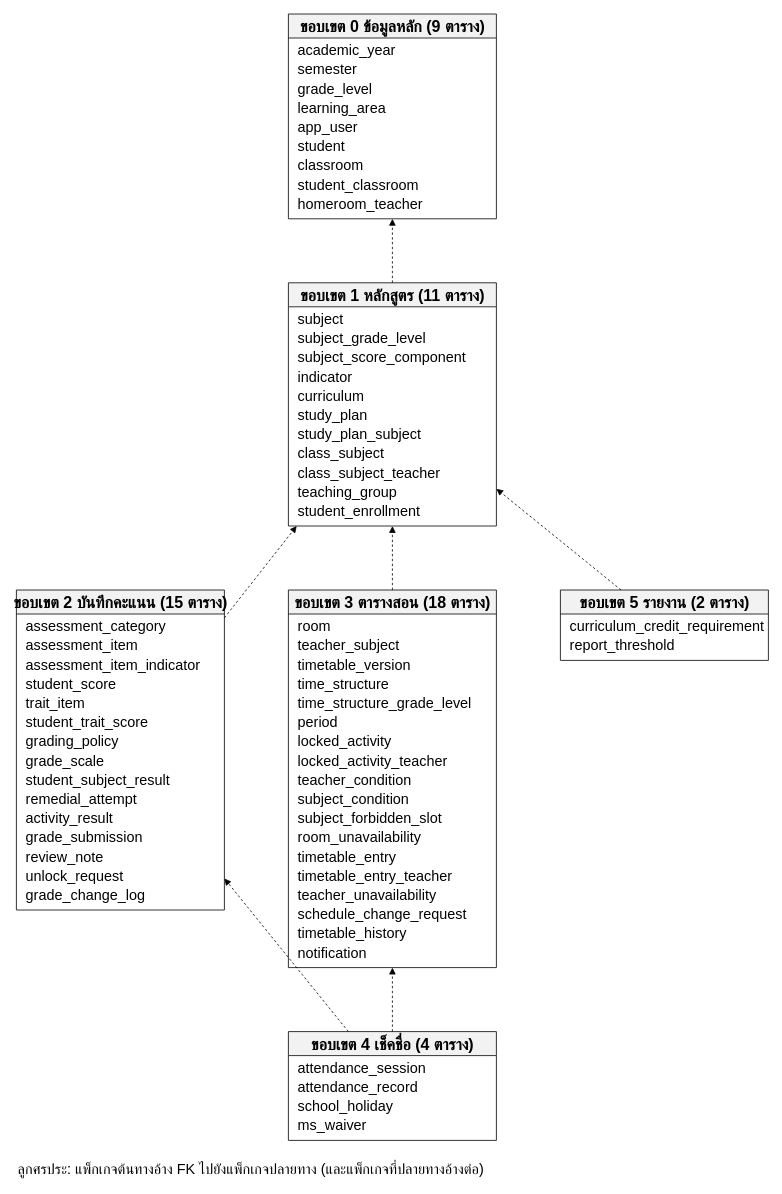
This is docs/database/er/er-overview.drawio from polymercatzz/Academic, a draw.io file, before an edit. Source tidied: cells renumbered, new cells numbered last; positions are measured from the earlier drawing's top-left corner, leaving out a move shared by most shapes. Both pictures are drawn from the tidied source at 80%, with x=0, y=0 at pixel (16, 14).
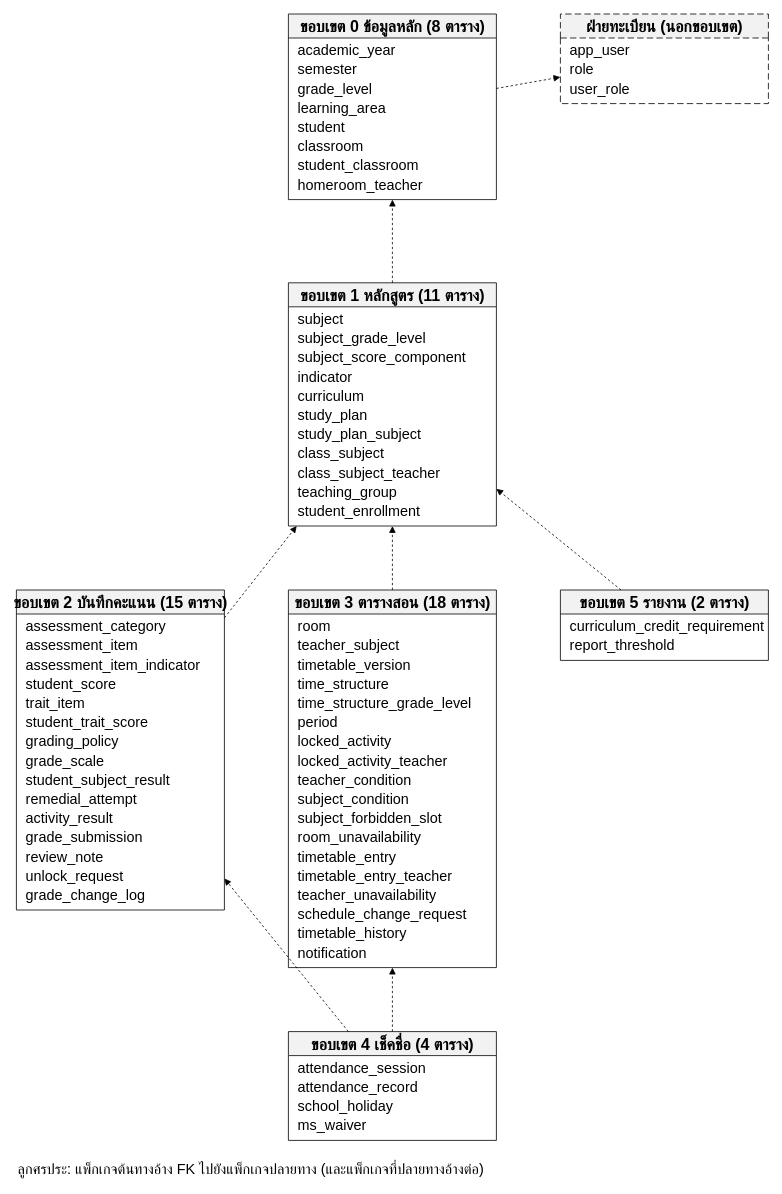
Above is the later version.

What changed in the source:
```diff
@@
-    <mxCell id="2" value="ขอบเขต 0 ข้อมูลหลัก (9 ตาราง)" style="swimlane;startSize=30;html=1;fontFamily=TH SarabunPSK;fontSize=20;fontStyle=1;fillColor=#F2F2F2;strokeColor=#000000;swimlaneFillColor=#FFFFFF;" parent="1" vertex="1">
-      <mxGeometry x="340" width="260" height="256" as="geometry" />
+    <mxCell id="2" value="ขอบเขต 0 ข้อมูลหลัก (8 ตาราง)" style="swimlane;startSize=30;html=1;fontFamily=TH SarabunPSK;fontSize=20;fontStyle=1;fillColor=#F2F2F2;strokeColor=#000000;swimlaneFillColor=#FFFFFF;" parent="1" vertex="1">
+      <mxGeometry x="340" width="260" height="232" as="geometry" />
     </mxCell>
@@
-    <mxCell id="7" value="app_user" style="text;html=1;fontFamily=TH SarabunPSK;fontSize=18;align=left;spacingLeft=10;verticalAlign=middle;" parent="2" vertex="1">
-      <mxGeometry y="130" width="260" height="24" as="geometry" />
-    </mxCell>
     <mxCell id="8" value="student" style="text;html=1;fontFamily=TH SarabunPSK;fontSize=18;align=left;spacingLeft=10;verticalAlign=middle;" parent="2" vertex="1">
-      <mxGeometry y="154" width="260" height="24" as="geometry" />
+      <mxGeometry y="130" width="260" height="24" as="geometry" />
     </mxCell>
     <mxCell id="9" value="classroom" style="text;html=1;fontFamily=TH SarabunPSK;fontSize=18;align=left;spacingLeft=10;verticalAlign=middle;" parent="2" vertex="1">
-      <mxGeometry y="178" width="260" height="24" as="geometry" />
+      <mxGeometry y="154" width="260" height="24" as="geometry" />
     </mxCell>
     <mxCell id="10" value="student_classroom" style="text;html=1;fontFamily=TH SarabunPSK;fontSize=18;align=left;spacingLeft=10;verticalAlign=middle;" parent="2" vertex="1">
-      <mxGeometry y="202" width="260" height="24" as="geometry" />
+      <mxGeometry y="178" width="260" height="24" as="geometry" />
     </mxCell>
     <mxCell id="11" value="homeroom_teacher" style="text;html=1;fontFamily=TH SarabunPSK;fontSize=18;align=left;spacingLeft=10;verticalAlign=middle;" parent="2" vertex="1">
-      <mxGeometry y="226" width="260" height="24" as="geometry" />
+      <mxGeometry y="202" width="260" height="24" as="geometry" />
     </mxCell>
@@
+    <mxCell id="74" style="endArrow=block;endFill=1;html=1;strokeColor=#000000;dashed=1;rounded=0;" parent="1" edge="1" source="2" target="75">
+      <mxGeometry relative="1" as="geometry" />
+    </mxCell>
@@
+    <mxCell id="75" value="ฝ่ายทะเบียน (นอกขอบเขต)" style="swimlane;startSize=30;html=1;fontFamily=TH SarabunPSK;fontSize=20;fontStyle=1;fillColor=#F2F2F2;strokeColor=#000000;swimlaneFillColor=#FFFFFF;dashed=1;dashPattern=8 4;" parent="1" vertex="1">
+      <mxGeometry x="680" width="260" height="112" as="geometry" />
+    </mxCell>
+    <mxCell id="7" value="app_user" style="text;html=1;fontFamily=TH SarabunPSK;fontSize=18;align=left;spacingLeft=10;verticalAlign=middle;" parent="75" vertex="1">
+      <mxGeometry y="34" width="260" height="24" as="geometry" />
+    </mxCell>
+    <mxCell id="76" value="role" style="text;html=1;fontFamily=TH SarabunPSK;fontSize=18;align=left;spacingLeft=10;verticalAlign=middle;" parent="75" vertex="1">
+      <mxGeometry y="58" width="260" height="24" as="geometry" />
+    </mxCell>
+    <mxCell id="77" value="user_role" style="text;html=1;fontFamily=TH SarabunPSK;fontSize=18;align=left;spacingLeft=10;verticalAlign=middle;" parent="75" vertex="1">
+      <mxGeometry y="82" width="260" height="24" as="geometry" />
+    </mxCell>
```
